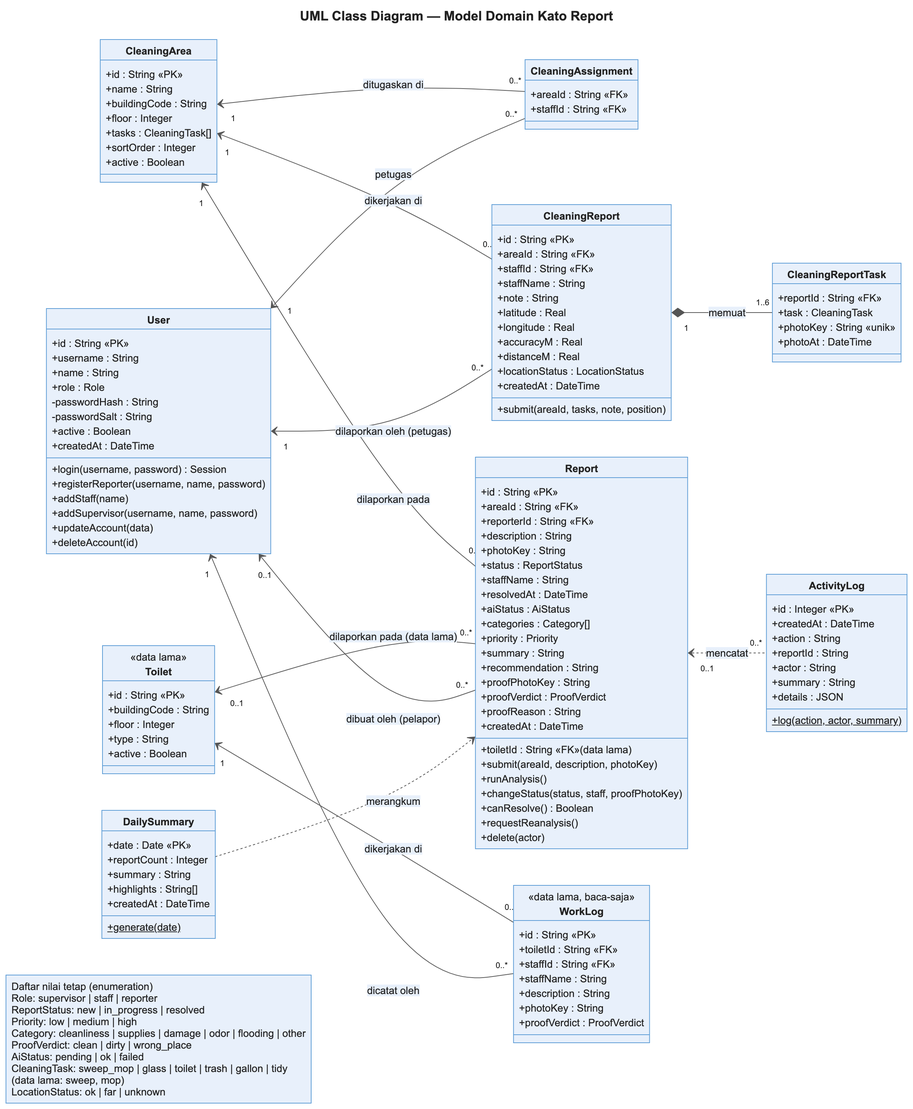
rdnsa/AI-complaint keeps this Mermaid diagram as docs/diagram/uml-class.png. Above is the earlier version. Its source is kept beside it as docs/diagram/src/uml-class.mmd.
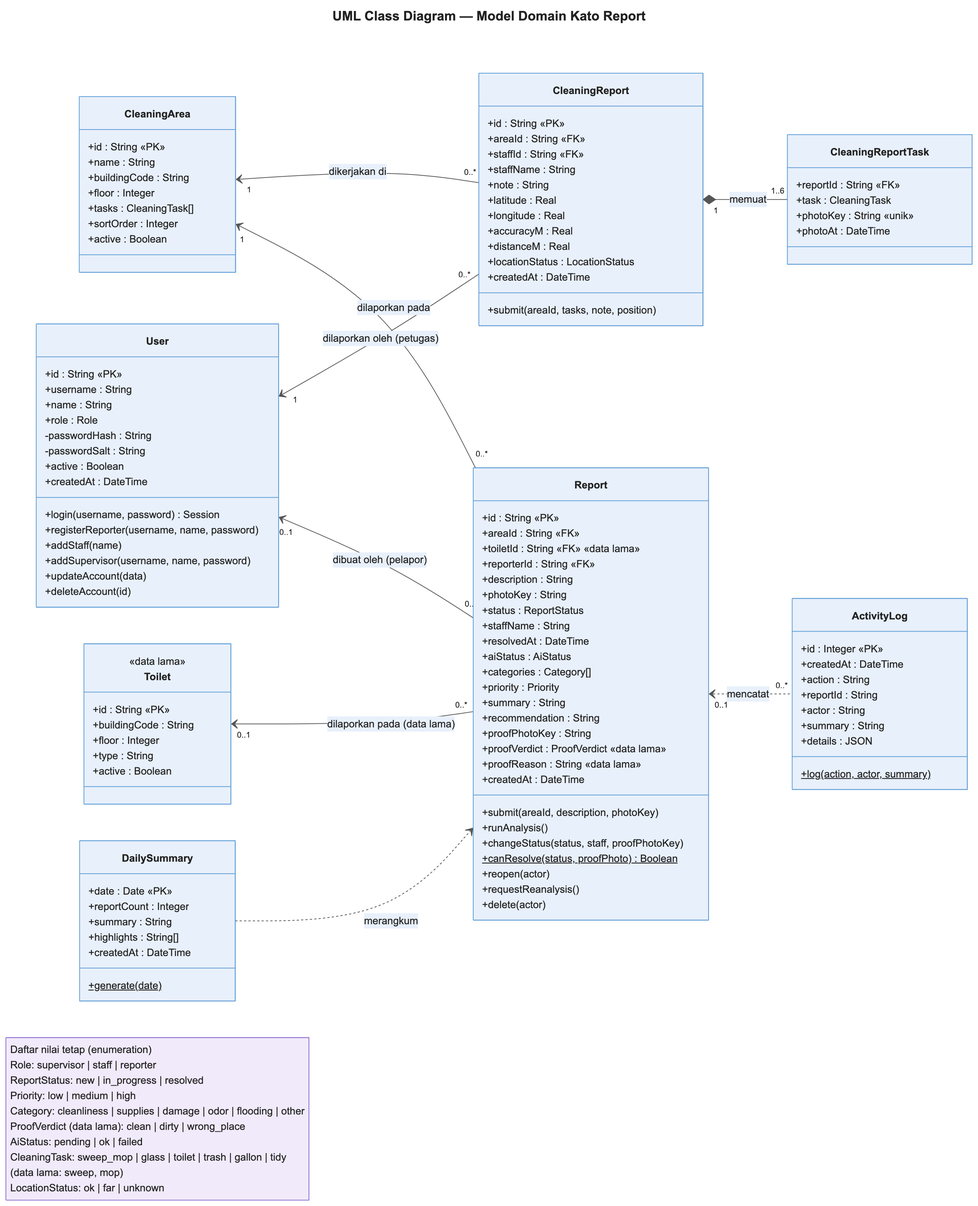
Later version of the same file.

What changed in the source:
```diff
@@ -32,7 +32,7 @@
   class Report {
     +id : String «PK»
     +areaId : String «FK»
-    +toiletId : String «FK» (data lama)
+    +toiletId : String «FK» «data lama»
     +reporterId : String «FK»
     +description : String
     +photoKey : String
@@ -45,13 +45,14 @@
     +summary : String
     +recommendation : String
     +proofPhotoKey : String
-    +proofVerdict : ProofVerdict
-    +proofReason : String
+    +proofVerdict : ProofVerdict «data lama»
+    +proofReason : String «data lama»
     +createdAt : DateTime
     +submit(areaId, description, photoKey)
     +runAnalysis()
     +changeStatus(status, staff, proofPhotoKey)
-    +canResolve() Boolean
+    +canResolve(status, proofPhoto) Boolean$
+    +reopen(actor)
     +requestReanalysis()
     +delete(actor)
   }
@@ -102,13 +103,13 @@
     +active : Boolean
   }
 
-  note "Daftar nilai tetap (enumeration)\nRole: supervisor | staff | reporter\nReportStatus: new | in_progress | resolved\nPriority: low | medium | high\nCategory: cleanliness | supplies | damage | odor | flooding | other\nProofVerdict: clean | dirty | wrong_place\nAiStatus: pending | ok | failed\nCleaningTask: sweep_mop | glass | toilet | trash | gallon | tidy\n(data lama: sweep, mop)\nLocationStatus: ok | far | unknown"
+  note "Daftar nilai tetap (enumeration)<br/>Role: supervisor | staff | reporter<br/>ReportStatus: new | in_progress | resolved<br/>Priority: low | medium | high<br/>Category: cleanliness | supplies | damage | odor | flooding | other<br/>ProofVerdict (data lama): clean | dirty | wrong_place<br/>AiStatus: pending | ok | failed<br/>CleaningTask: sweep_mop | glass | toilet | trash | gallon | tidy<br/>(data lama: sweep, mop)<br/>LocationStatus: ok | far | unknown"
 
+  CleaningArea "1" <-- "0..*" CleaningReport : dikerjakan di
+  User "1" <-- "0..*" CleaningReport : dilaporkan oleh (petugas)
+  CleaningReport "1" *-- "1..6" CleaningReportTask : memuat
   CleaningArea "1" <-- "0..*" Report : dilaporkan pada
   Toilet "0..1" <-- "0..*" Report : dilaporkan pada (data lama)
   User "0..1" <-- "0..*" Report : dibuat oleh (pelapor)
-  CleaningArea "1" <-- "0..*" CleaningReport : dikerjakan di
-  User "1" <-- "0..*" CleaningReport : dilaporkan oleh (petugas)
-  CleaningReport "1" *-- "1..6" CleaningReportTask : memuat
   Report "0..1" <.. "0..*" ActivityLog : mencatat
   DailySummary ..> Report : merangkum
```
